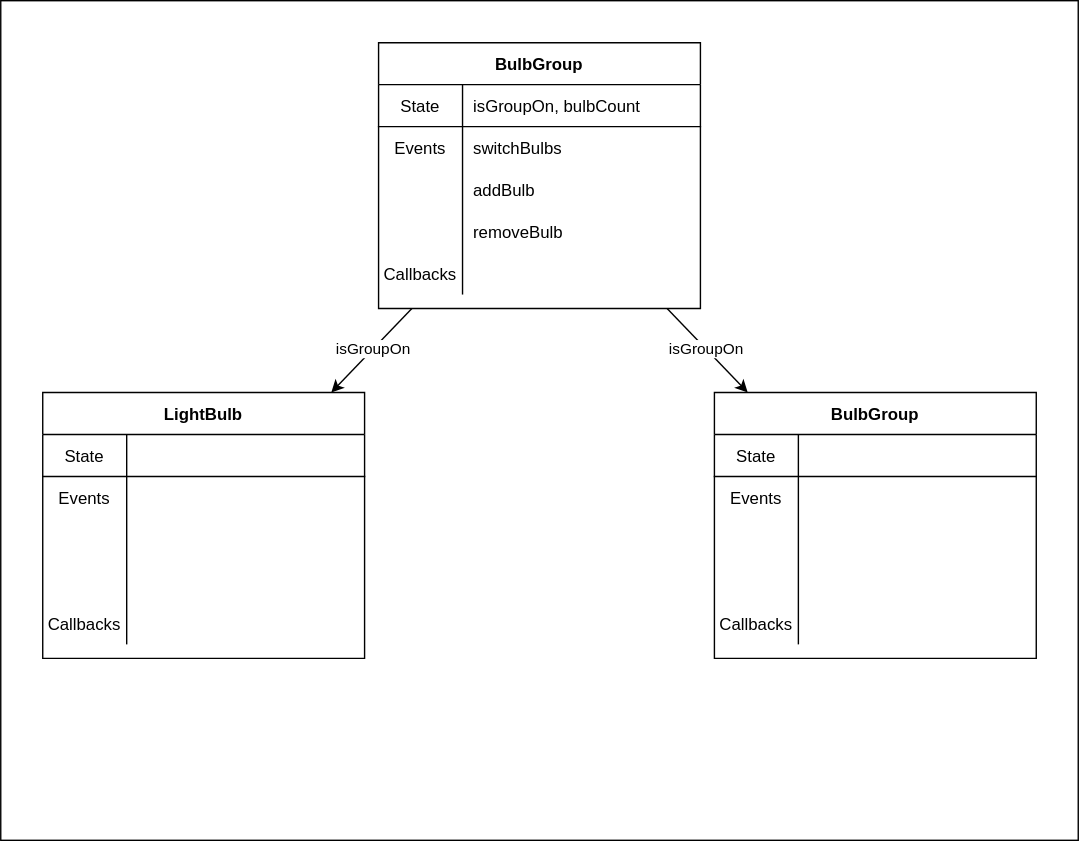
Earlier version of the draw.io export 03_information_flow/assets/smart-home-diagram.drawio.svg (learn-co-students/SENG-LIVE-082922-phase-2-react). Source tidied: cells renumbered, new cells last; positions are measured from the earlier drawing's top-left corner, leaving out a move shared by most shapes.
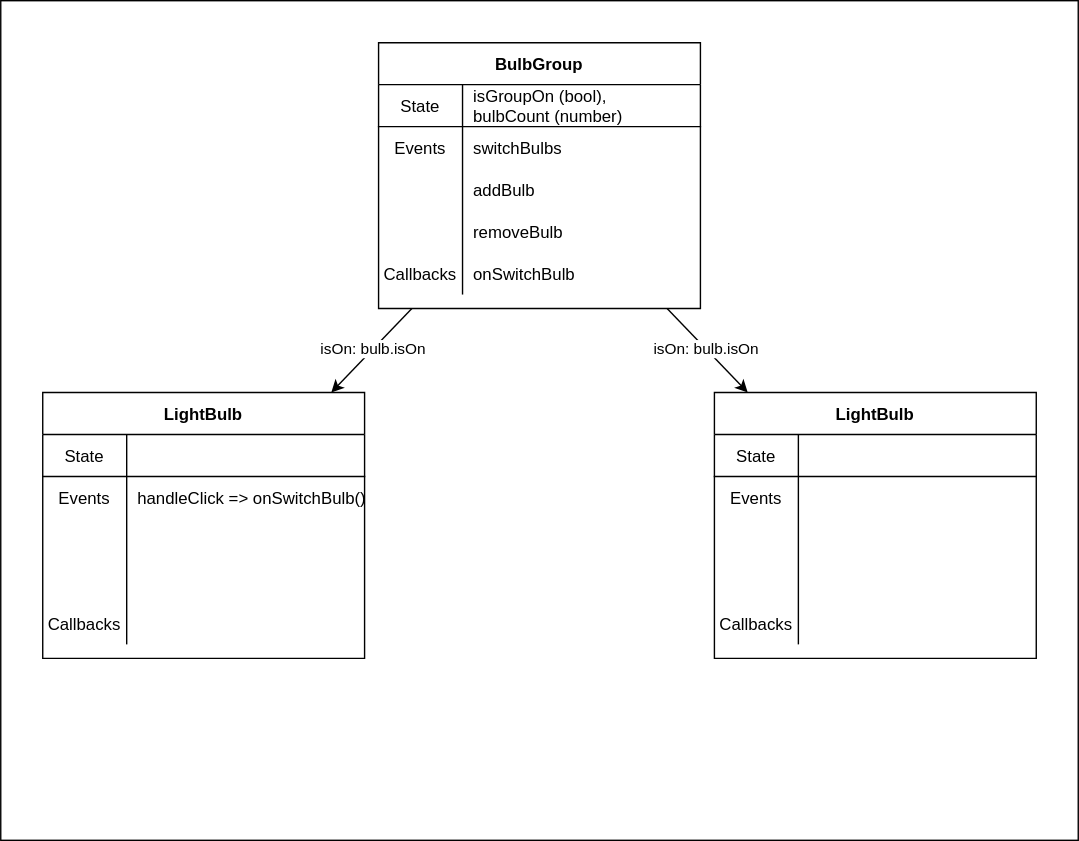
After the commit.

Commit message:
update smarthome diagram

What changed in the source:
```diff
@@ -8,13 +8,13 @@
     <mxCell id="3" style="edgeStyle=none;html=1;" parent="1" edge="1" source="7" target="23">
       <mxGeometry relative="1" as="geometry" />
     </mxCell>
-    <mxCell id="4" value="isGroupOn" style="edgeLabel;html=1;align=center;verticalAlign=middle;" parent="3" vertex="1">
+    <mxCell id="4" value="isOn: bulb.isOn" style="edgeLabel;html=1;align=center;verticalAlign=middle;" parent="3" vertex="1">
       <mxGeometry x="-0.05" y="-1" relative="1" as="geometry" />
     </mxCell>
     <mxCell id="5" style="edgeStyle=none;html=1;" parent="1" edge="1" source="7" target="39">
       <mxGeometry relative="1" as="geometry" />
     </mxCell>
-    <mxCell id="6" value="isGroupOn" style="edgeLabel;html=1;align=center;verticalAlign=middle;" parent="5" vertex="1">
+    <mxCell id="6" value="isOn: bulb.isOn" style="edgeLabel;html=1;align=center;verticalAlign=middle;" parent="5" vertex="1">
       <mxGeometry x="-0.05" relative="1" as="geometry" />
     </mxCell>
     <mxCell id="7" value="BulbGroup" style="shape=table;startSize=30;rowLines=0;fontStyle=1;align=center;" parent="1" vertex="1">
@@ -26,7 +26,7 @@
     <mxCell id="9" value="State" style="shape=partialRectangle;fillColor=none;top=0;left=0;bottom=0;right=0;fontStyle=0;overflow=hidden;" parent="8" vertex="1">
       <mxGeometry width="60" height="30" as="geometry" />
     </mxCell>
-    <mxCell id="10" value="isGroupOn, bulbCount" style="shape=partialRectangle;fillColor=none;top=0;left=0;bottom=0;right=0;align=left;spacingLeft=6;fontStyle=0;overflow=hidden;" parent="8" vertex="1">
+    <mxCell id="10" value="isGroupOn (bool), &#10;bulbCount (number)" style="shape=partialRectangle;fillColor=none;top=0;left=0;bottom=0;right=0;align=left;spacingLeft=6;fontStyle=0;overflow=hidden;" parent="8" vertex="1">
       <mxGeometry x="60" width="170" height="30" as="geometry" />
     </mxCell>
     <mxCell id="11" style="shape=partialRectangle;fillColor=none;top=0;left=0;bottom=0;right=0;" parent="7" vertex="1">
@@ -62,7 +62,7 @@
     <mxCell id="21" value="Callbacks" style="shape=partialRectangle;fillColor=none;top=0;left=0;bottom=0;right=0;overflow=hidden;" parent="20" vertex="1">
       <mxGeometry width="60" height="30" as="geometry" />
     </mxCell>
-    <mxCell id="22" style="shape=partialRectangle;fillColor=none;top=0;left=0;bottom=0;right=0;align=left;spacingLeft=6;overflow=hidden;" parent="20" vertex="1">
+    <mxCell id="22" value="onSwitchBulb" style="shape=partialRectangle;fillColor=none;top=0;left=0;bottom=0;right=0;align=left;spacingLeft=6;overflow=hidden;" parent="20" vertex="1">
       <mxGeometry x="60" width="170" height="30" as="geometry" />
     </mxCell>
     <mxCell id="23" value="LightBulb" style="shape=table;startSize=30;rowLines=0;fontStyle=1;align=center;" parent="1" vertex="1">
@@ -83,7 +83,7 @@
     <mxCell id="28" value="Events" style="shape=partialRectangle;fillColor=none;top=0;left=0;bottom=0;right=0;overflow=hidden;" parent="27" vertex="1">
       <mxGeometry width="60" height="30" as="geometry" />
     </mxCell>
-    <mxCell id="29" style="shape=partialRectangle;fillColor=none;top=0;left=0;bottom=0;right=0;align=left;spacingLeft=6;overflow=hidden;" parent="27" vertex="1">
+    <mxCell id="29" value="handleClick =&gt; onSwitchBulb()" style="shape=partialRectangle;fillColor=none;top=0;left=0;bottom=0;right=0;align=left;spacingLeft=6;overflow=hidden;" parent="27" vertex="1">
       <mxGeometry x="60" width="170" height="30" as="geometry" />
     </mxCell>
     <mxCell id="30" style="shape=partialRectangle;fillColor=none;top=0;left=0;bottom=0;right=0;" parent="23" vertex="1">
@@ -113,7 +113,7 @@
     <mxCell id="38" style="shape=partialRectangle;fillColor=none;top=0;left=0;bottom=0;right=0;align=left;spacingLeft=6;overflow=hidden;" parent="36" vertex="1">
       <mxGeometry x="60" width="170" height="30" as="geometry" />
     </mxCell>
-    <mxCell id="39" value="BulbGroup" style="shape=table;startSize=30;rowLines=0;fontStyle=1;align=center;" parent="1" vertex="1">
+    <mxCell id="39" value="LightBulb" style="shape=table;startSize=30;rowLines=0;fontStyle=1;align=center;" parent="1" vertex="1">
       <mxGeometry x="510" y="280" width="230" height="190" as="geometry" />
     </mxCell>
     <mxCell id="40" style="shape=partialRectangle;fillColor=none;top=0;left=0;bottom=1;right=0;" parent="39" vertex="1">
```
